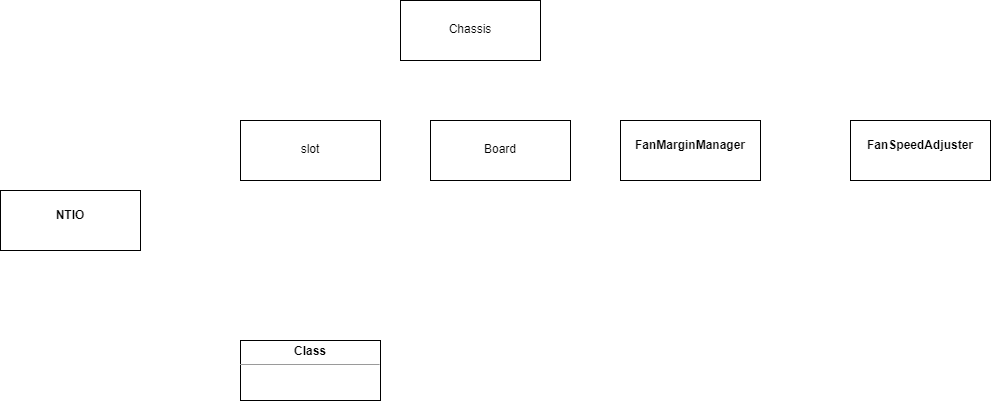
This is UML/eqpt.png from Steve888888/FN-Redundancy, a draw.io export, as it was before one commit. Source tidied: cells renumbered, new cells last; positions are measured from the earlier drawing's top-left corner, leaving out a move shared by most shapes.
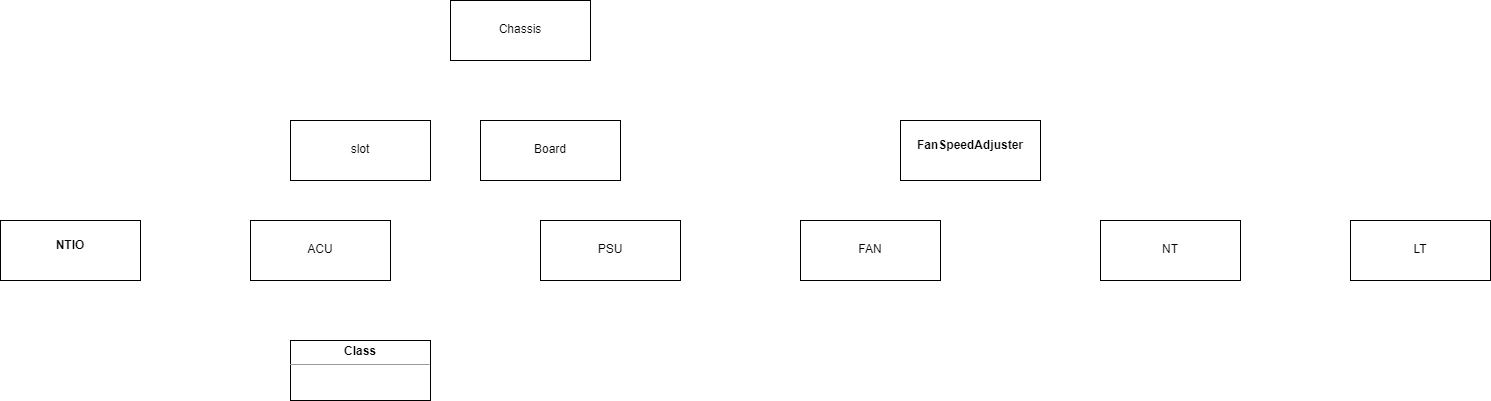
Above is the later version.

Change to the diagram source:
```diff
@@ -3,7 +3,7 @@
     <mxCell id="0" />
     <mxCell id="1" parent="0" />
     <mxCell id="2" value="&lt;p style=&quot;margin: 0px ; margin-top: 4px ; text-align: center&quot;&gt;&lt;br&gt;&lt;b&gt;NTIO&lt;/b&gt;&lt;/p&gt;" style="verticalAlign=top;align=left;overflow=fill;fontSize=12;fontFamily=Helvetica;html=1;" parent="1" vertex="1">
-      <mxGeometry y="190" width="140" height="60" as="geometry" />
+      <mxGeometry x="-50" y="220" width="140" height="60" as="geometry" />
     </mxCell>
     <mxCell id="3" value="&lt;p style=&quot;margin: 0px ; margin-top: 4px ; text-align: center&quot;&gt;&lt;br&gt;&lt;/p&gt;&lt;p style=&quot;margin: 0px ; margin-top: 4px ; text-align: center&quot;&gt;Chassis&lt;/p&gt;" style="verticalAlign=top;align=left;overflow=fill;fontSize=12;fontFamily=Helvetica;html=1;" parent="1" vertex="1">
       <mxGeometry x="400" width="140" height="60" as="geometry" />
@@ -14,8 +14,8 @@
     <mxCell id="5" value="&lt;p style=&quot;margin: 0px ; margin-top: 4px ; text-align: center&quot;&gt;&lt;br&gt;&lt;/p&gt;&lt;p style=&quot;margin: 4px 0px 0px ; text-align: center&quot;&gt;Board&lt;/p&gt;&lt;p style=&quot;margin: 4px 0px 0px ; text-align: center&quot;&gt;&lt;br&gt;&lt;/p&gt;" style="verticalAlign=top;align=left;overflow=fill;fontSize=12;fontFamily=Helvetica;html=1;" parent="1" vertex="1">
       <mxGeometry x="430" y="120" width="140" height="60" as="geometry" />
     </mxCell>
-    <mxCell id="6" value="&lt;p style=&quot;margin: 0px ; margin-top: 4px ; text-align: center&quot;&gt;&lt;br&gt;&lt;b&gt;FanMarginManager&lt;/b&gt;&lt;br&gt;&lt;/p&gt;" style="verticalAlign=top;align=left;overflow=fill;fontSize=12;fontFamily=Helvetica;html=1;" parent="1" vertex="1">
-      <mxGeometry x="620" y="120" width="140" height="60" as="geometry" />
+    <mxCell id="6" value="&lt;p style=&quot;margin: 0px ; margin-top: 4px ; text-align: center&quot;&gt;&lt;br&gt;&lt;/p&gt;&lt;p style=&quot;margin: 0px ; margin-top: 4px ; text-align: center&quot;&gt;ACU&lt;/p&gt;" style="verticalAlign=top;align=left;overflow=fill;fontSize=12;fontFamily=Helvetica;html=1;" parent="1" vertex="1">
+      <mxGeometry x="200" y="220" width="140" height="60" as="geometry" />
     </mxCell>
     <mxCell id="7" value="&lt;p style=&quot;margin: 0px ; margin-top: 4px ; text-align: center&quot;&gt;&lt;br&gt;&lt;b&gt;FanSpeedAdjuster&lt;/b&gt;&lt;br&gt;&lt;/p&gt;" style="verticalAlign=top;align=left;overflow=fill;fontSize=12;fontFamily=Helvetica;html=1;" parent="1" vertex="1">
       <mxGeometry x="850" y="120" width="140" height="60" as="geometry" />
@@ -23,5 +23,17 @@
     <mxCell id="8" value="&lt;p style=&quot;margin:0px;margin-top:4px;text-align:center;&quot;&gt;&lt;b&gt;Class&lt;/b&gt;&lt;/p&gt;&lt;hr size=&quot;1&quot;/&gt;&lt;div style=&quot;height:2px;&quot;&gt;&lt;/div&gt;" style="verticalAlign=top;align=left;overflow=fill;fontSize=12;fontFamily=Helvetica;html=1;" parent="1" vertex="1">
       <mxGeometry x="240" y="340" width="140" height="60" as="geometry" />
     </mxCell>
+    <mxCell id="9" value="&lt;p style=&quot;margin: 0px ; margin-top: 4px ; text-align: center&quot;&gt;&lt;br&gt;&lt;/p&gt;&lt;p style=&quot;margin: 0px ; margin-top: 4px ; text-align: center&quot;&gt;PSU&lt;/p&gt;" style="verticalAlign=top;align=left;overflow=fill;fontSize=12;fontFamily=Helvetica;html=1;" parent="1" vertex="1">
+      <mxGeometry x="490" y="220" width="140" height="60" as="geometry" />
+    </mxCell>
+    <mxCell id="10" value="&lt;p style=&quot;margin: 0px ; margin-top: 4px ; text-align: center&quot;&gt;&lt;br&gt;&lt;/p&gt;&lt;p style=&quot;margin: 0px ; margin-top: 4px ; text-align: center&quot;&gt;FAN&lt;/p&gt;" style="verticalAlign=top;align=left;overflow=fill;fontSize=12;fontFamily=Helvetica;html=1;" parent="1" vertex="1">
+      <mxGeometry x="750" y="220" width="140" height="60" as="geometry" />
+    </mxCell>
+    <mxCell id="11" value="&lt;p style=&quot;margin: 0px ; margin-top: 4px ; text-align: center&quot;&gt;&lt;br&gt;&lt;/p&gt;&lt;p style=&quot;margin: 0px ; margin-top: 4px ; text-align: center&quot;&gt;NT&lt;/p&gt;" style="verticalAlign=top;align=left;overflow=fill;fontSize=12;fontFamily=Helvetica;html=1;" parent="1" vertex="1">
+      <mxGeometry x="1050" y="220" width="140" height="60" as="geometry" />
+    </mxCell>
+    <mxCell id="12" value="&lt;p style=&quot;margin: 0px ; margin-top: 4px ; text-align: center&quot;&gt;&lt;br&gt;&lt;/p&gt;&lt;p style=&quot;margin: 0px ; margin-top: 4px ; text-align: center&quot;&gt;LT&lt;/p&gt;" style="verticalAlign=top;align=left;overflow=fill;fontSize=12;fontFamily=Helvetica;html=1;" parent="1" vertex="1">
+      <mxGeometry x="1300" y="220" width="140" height="60" as="geometry" />
+    </mxCell>
   </root>
 </mxGraphModel>
```
